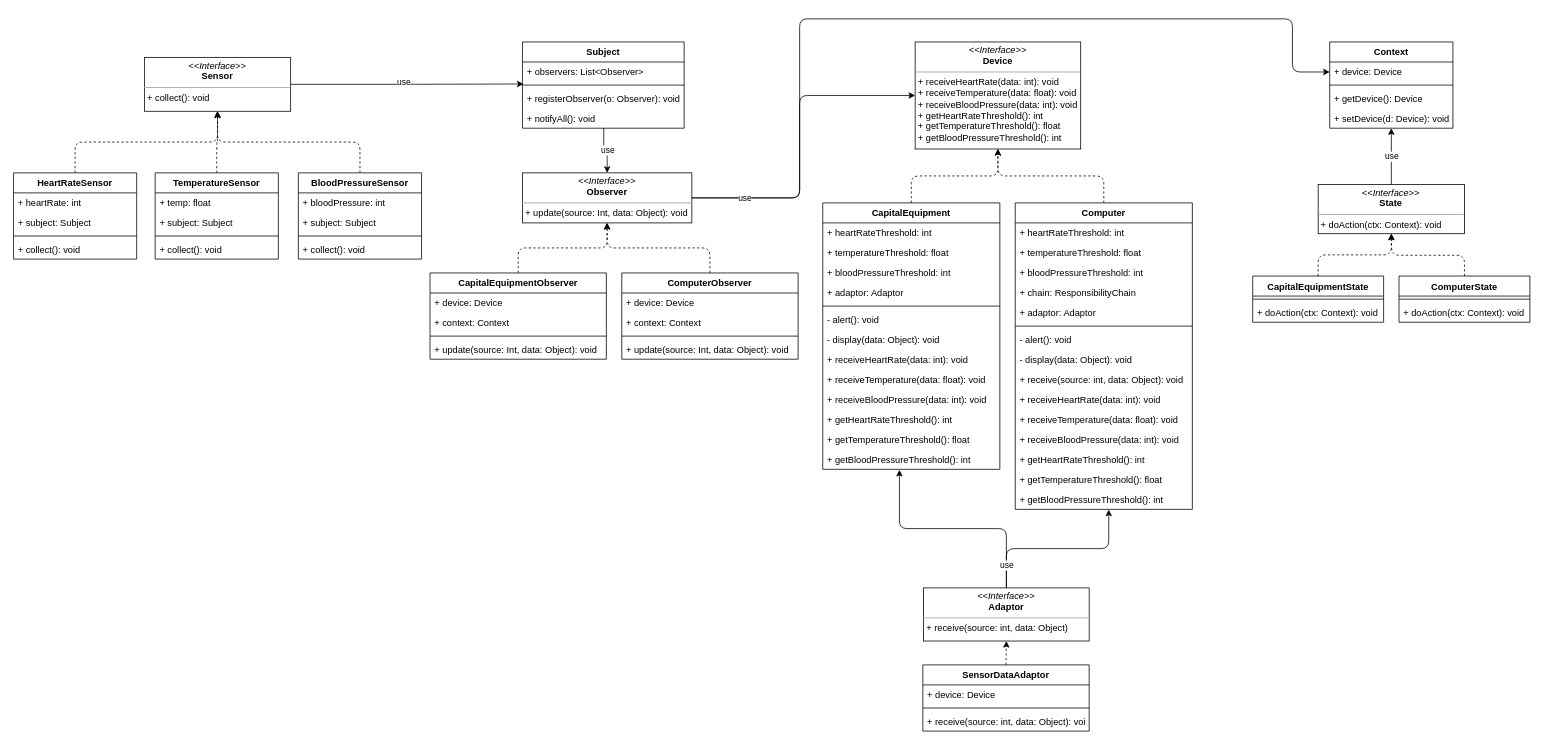
Above: CSE5422/FINAL_EXAM.drawio in justxuewei/draw.io (draw.io), before the change. Source tidied: cells renumbered, new cells numbered last; positions are measured from the earlier drawing's top-left corner, leaving out a move shared by most shapes. Both pictures are drawn from the tidied source at 77%, with x=0, y=0 at pixel (13, 18).
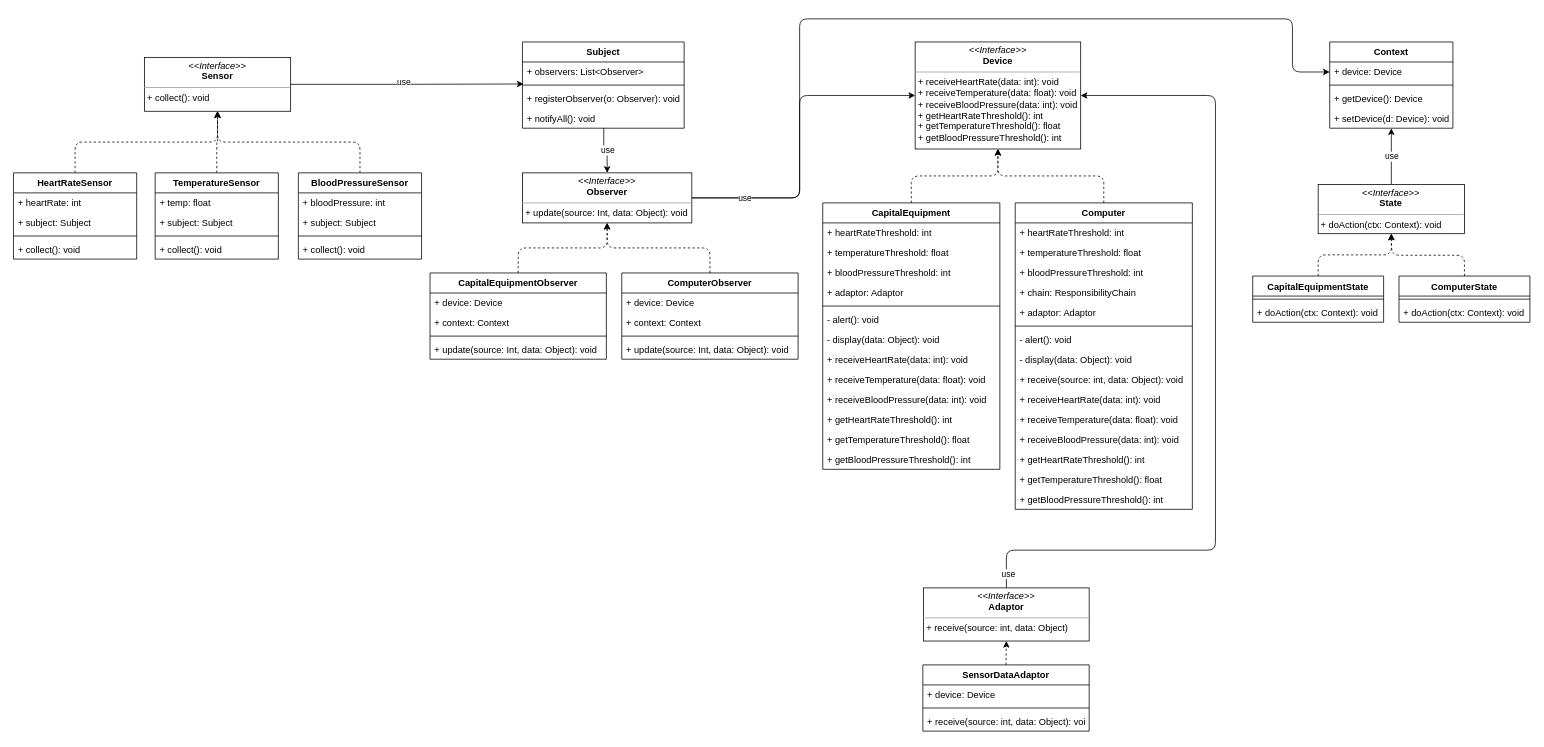
The same diagram, later.

Unchanged cells that the change refers to:
```xml
<mxCell id="76" value="+ getBloodPressureThreshold(): int" style="text;strokeColor=none;fillColor=none;align=left;verticalAlign=top;spacingLeft=4;spacingRight=4;overflow=hidden;points=[[0,0.5],[1,0.5]];portConstraint=eastwest;" parent="63" vertex="1">
  <mxGeometry y="320" width="230" height="26" as="geometry" />
</mxCell>
<mxCell id="77" value="&lt;p style=&quot;margin: 0px ; margin-top: 4px ; text-align: center&quot;&gt;&lt;i&gt;&amp;lt;&amp;lt;Interface&amp;gt;&amp;gt;&lt;/i&gt;&lt;br&gt;&lt;b&gt;Device&lt;/b&gt;&lt;/p&gt;&lt;hr size=&quot;1&quot;&gt;&lt;p style=&quot;margin: 0px ; margin-left: 4px&quot;&gt;&lt;/p&gt;&lt;p style=&quot;margin: 0px ; margin-left: 4px&quot;&gt;&lt;span&gt;+ receiveHeartRate(data: int): void&lt;/span&gt;&lt;br&gt;&lt;/p&gt;&lt;p style=&quot;margin: 0px ; margin-left: 4px&quot;&gt;+ receiveTemperature(data: float): void&lt;br&gt;&lt;/p&gt;&lt;p style=&quot;margin: 0px ; margin-left: 4px&quot;&gt;+ receiveBloodPressure(data: int): void&lt;br&gt;&lt;/p&gt;&lt;p style=&quot;margin: 0px ; margin-left: 4px&quot;&gt;+ getHeartRateThreshold(): int&lt;/p&gt;&lt;p style=&quot;margin: 0px ; margin-left: 4px&quot;&gt;+ getTemperatureThreshold(): float&lt;br&gt;&lt;/p&gt;&lt;p style=&quot;margin: 0px ; margin-left: 4px&quot;&gt;+ getBloodPressureThreshold(): int&lt;br&gt;&lt;/p&gt;" style="verticalAlign=top;align=left;overflow=fill;fontSize=12;fontFamily=Helvetica;html=1;" parent="1" vertex="1">
  <mxGeometry x="1171" y="30" width="215" height="139" as="geometry" />
</mxCell>
<mxCell id="94" value="+ getBloodPressureThreshold(): int" style="text;strokeColor=none;fillColor=none;align=left;verticalAlign=top;spacingLeft=4;spacingRight=4;overflow=hidden;points=[[0,0.5],[1,0.5]];portConstraint=eastwest;" parent="79" vertex="1">
  <mxGeometry y="372" width="230" height="26" as="geometry" />
</mxCell>
<mxCell id="98" value="&lt;p style=&quot;margin: 0px ; margin-top: 4px ; text-align: center&quot;&gt;&lt;i&gt;&amp;lt;&amp;lt;Interface&amp;gt;&amp;gt;&lt;/i&gt;&lt;br&gt;&lt;b&gt;Adaptor&lt;/b&gt;&lt;/p&gt;&lt;hr size=&quot;1&quot;&gt;&lt;p style=&quot;margin: 0px ; margin-left: 4px&quot;&gt;&lt;/p&gt;&lt;p style=&quot;margin: 0px ; margin-left: 4px&quot;&gt;+ receive(source: int, data: Object)&lt;/p&gt;" style="verticalAlign=top;align=left;overflow=fill;fontSize=12;fontFamily=Helvetica;html=1;" parent="1" vertex="1">
  <mxGeometry x="1182" y="739" width="215" height="69" as="geometry" />
</mxCell>
```

Diff of the diagram source:
```diff
@@
-    <mxCell id="95" style="edgeStyle=orthogonalEdgeStyle;rounded=1;jettySize=auto;html=1;exitX=0.5;exitY=0;exitDx=0;exitDy=0;entryX=0.433;entryY=1.026;entryDx=0;entryDy=0;entryPerimeter=0;" parent="1" edge="1" source="98" target="76">
-      <mxGeometry relative="1" as="geometry" />
-    </mxCell>
-    <mxCell id="96" style="edgeStyle=orthogonalEdgeStyle;rounded=1;jettySize=auto;html=1;exitX=0.5;exitY=0;exitDx=0;exitDy=0;entryX=0.528;entryY=1.013;entryDx=0;entryDy=0;entryPerimeter=0;" parent="1" edge="1" source="98" target="94">
-      <mxGeometry relative="1" as="geometry" />
+    <mxCell id="96" style="edgeStyle=orthogonalEdgeStyle;rounded=1;jettySize=auto;html=1;exitX=0.5;exitY=0;exitDx=0;exitDy=0;entryX=1;entryY=0.5;entryDx=0;entryDy=0;" parent="1" edge="1" source="98" target="77">
+      <mxGeometry relative="1" as="geometry">
+        <Array as="points">
+          <mxPoint x="1290" y="690" />
+          <mxPoint x="1561" y="690" />
+          <mxPoint x="1561" y="100" />
+        </Array>
+      </mxGeometry>
     </mxCell>
     <mxCell id="97" value="use" style="edgeLabel;html=1;align=center;verticalAlign=middle;" parent="96" vertex="1">
       <mxGeometry x="-0.74" y="-5" relative="1" as="geometry">
-        <mxPoint x="-5" as="offset" />
+        <mxPoint x="-90" y="25" as="offset" />
       </mxGeometry>
     </mxCell>
```
